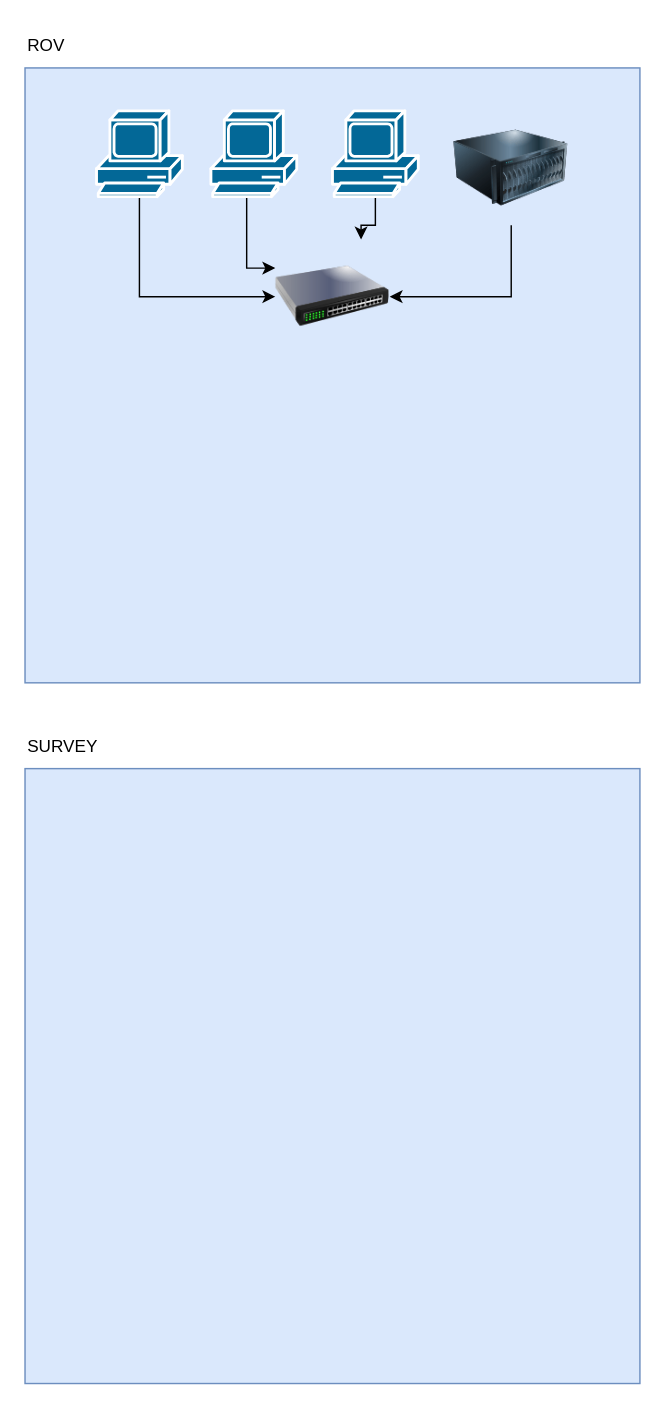
The draw.io diagram Untitled Diagram.drawio in guilherme-louback/guilherme-louback, before the edit. Source tidied: cells renumbered, new cells numbered last; positions are measured from the earlier drawing's top-left corner, leaving out a move shared by most shapes. Both pictures are drawn from the tidied source at 143%, with x=0, y=0 at pixel (24, 24).
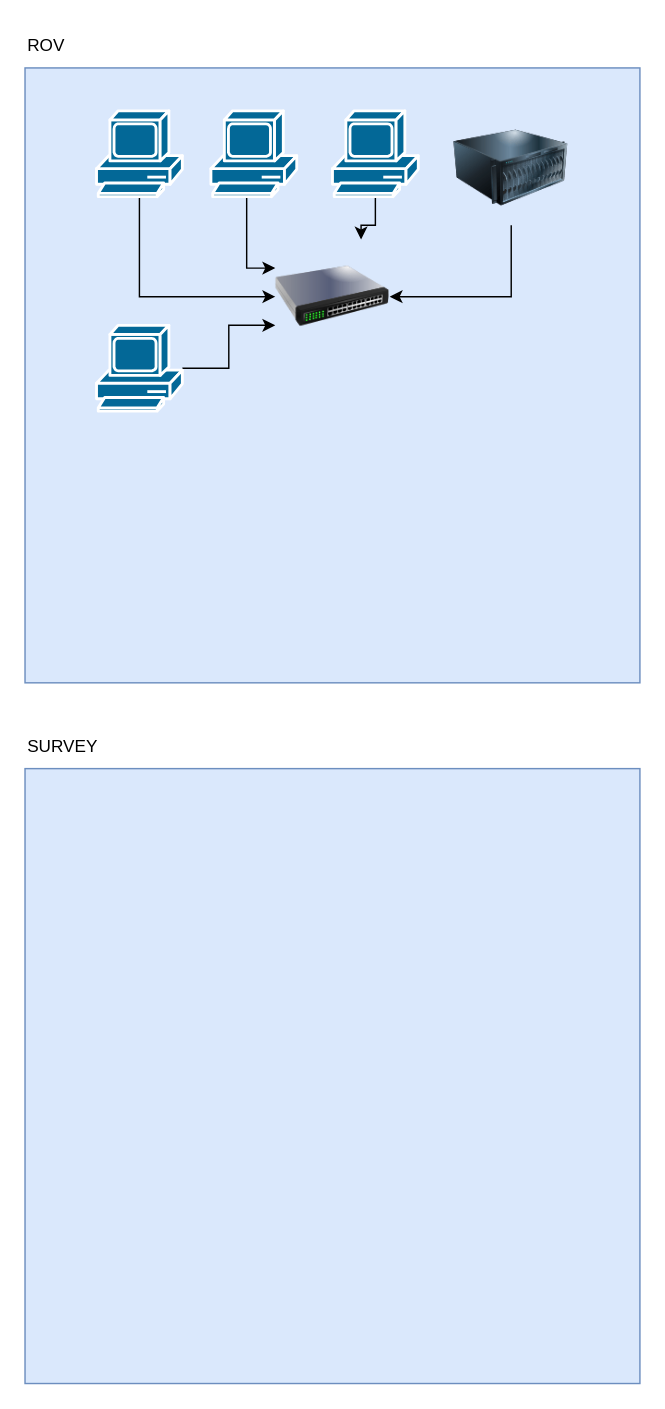
Above is the later version.

The change refers to these unchanged cells:
```xml
<mxCell id="12" style="image;html=1;image=img/lib/clip_art/networking/Switch_128x128.png;" parent="1" vertex="1">
  <mxGeometry x="175" y="150" width="80" height="80" as="geometry" />
</mxCell>
```

What changed in the source:
```diff
@@
+    <mxCell id="15" style="edgeStyle=orthogonalEdgeStyle;rounded=0;jettySize=auto;html=1;entryX=0;entryY=0.75;entryDx=0;entryDy=0;" parent="1" edge="1" source="16" target="12">
+      <mxGeometry relative="1" as="geometry" />
+    </mxCell>
+    <mxCell id="16" style="shape=mxgraph.cisco.computers_and_peripherals.pc;html=1;dashed=0;fillColor=#036897;strokeColor=#ffffff;strokeWidth=2;verticalLabelPosition=bottom;verticalAlign=top;align=center;outlineConnect=0;" parent="1" vertex="1">
+      <mxGeometry x="50" y="210" width="60" height="60" as="geometry" />
+    </mxCell>
```
